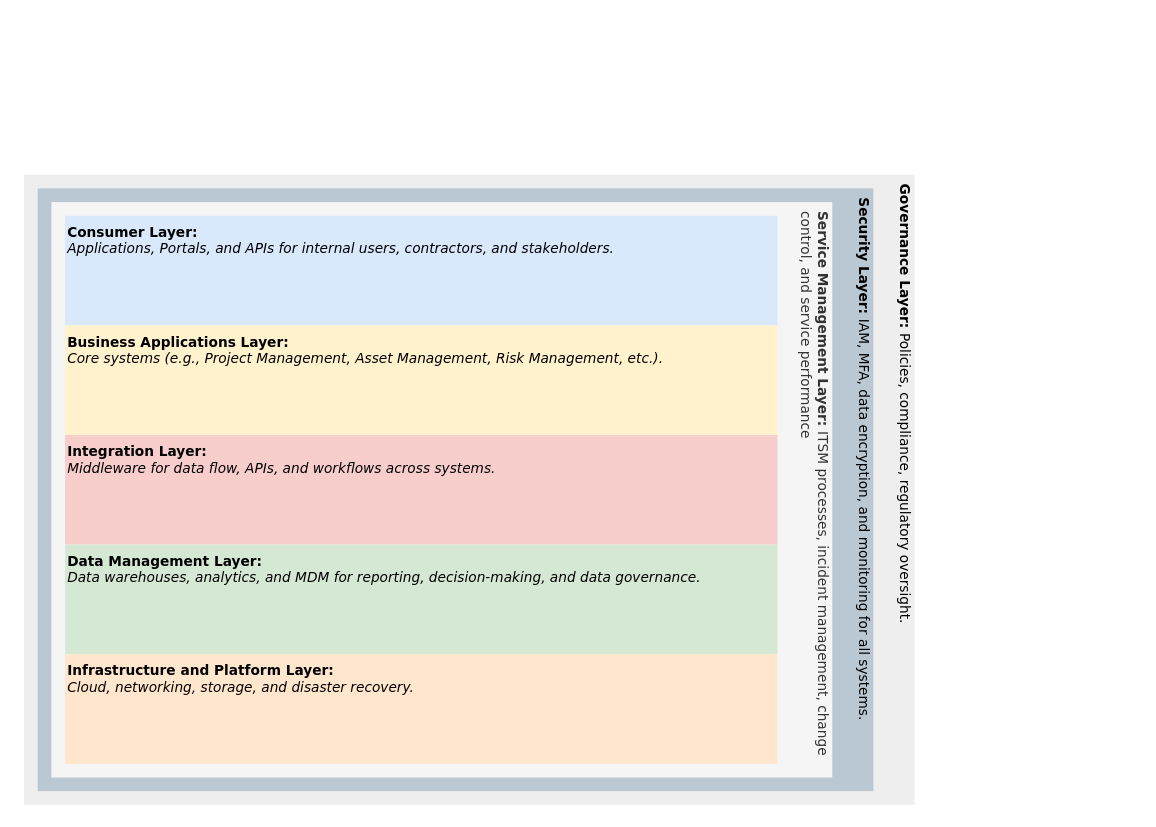
This is page "Reference Architecture" (1 of 16) of Orbus Designs.drawio from martinlt/reference, a draw.io file, before an edit. Source tidied: cells renumbered, new cells numbered last; positions are measured from the earlier drawing's top-left corner, leaving out a move shared by most shapes. Both pictures are drawn from the tidied source at 137%, with x=0, y=0 at pixel (23, 174).
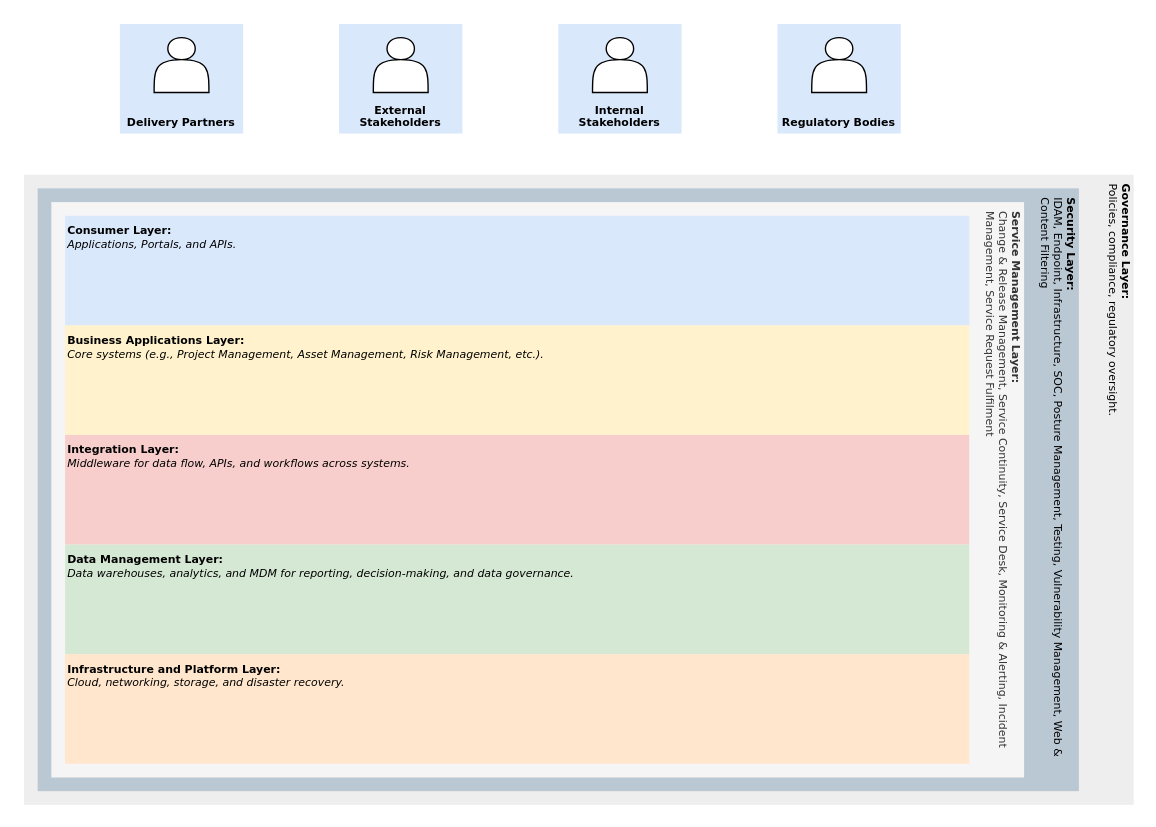
Above is the later version.

Diff of the diagram source:
```diff
@@
 <mxGraphModel>
   <root>
     <mxCell id="0" />
     <mxCell id="1" parent="0" />
-    <mxCell id="2" value="&lt;b&gt;Governance Layer:&amp;nbsp;&lt;/b&gt;Policies, compliance, regulatory oversight." style="rounded=0;whiteSpace=wrap;html=1;align=right;verticalAlign=top;textDirection=vertical-rl;fillColor=#eeeeee;strokeColor=none;fontFamily=Verdana;fontSize=10;" parent="1" vertex="1">
-      <mxGeometry width="650" height="460" as="geometry" />
+    <mxCell id="2" value="&lt;b&gt;Governance Layer:&amp;nbsp;&lt;/b&gt;&lt;div&gt;Policies, compliance, regulatory oversight.&lt;/div&gt;" style="rounded=0;whiteSpace=wrap;html=1;align=right;verticalAlign=top;textDirection=vertical-rl;fillColor=#eeeeee;strokeColor=none;fontFamily=Verdana;fontSize=8;" parent="1" vertex="1">
+      <mxGeometry width="810" height="460" as="geometry" />
     </mxCell>
-    <mxCell id="3" value="&lt;b&gt;Security Layer:&amp;nbsp;&lt;/b&gt;IAM, MFA, data encryption, and monitoring for all systems." style="rounded=0;whiteSpace=wrap;html=1;align=right;verticalAlign=top;textDirection=vertical-rl;fillColor=#bac8d3;strokeColor=none;fontFamily=Verdana;fontSize=10;" parent="1" vertex="1">
-      <mxGeometry x="10" y="10" width="610" height="440" as="geometry" />
+    <mxCell id="3" value="&lt;b&gt;Security Layer:&amp;nbsp;&lt;/b&gt;&lt;div&gt;IDAM, Endpoint, Infrastructure, SOC, Posture Management, Testing, Vulnerability Management, Web &amp;amp; Content Filtering&lt;/div&gt;" style="rounded=0;whiteSpace=wrap;html=1;align=right;verticalAlign=top;textDirection=vertical-rl;fillColor=#bac8d3;strokeColor=none;fontFamily=Verdana;fontSize=8;" parent="1" vertex="1">
+      <mxGeometry x="10" y="10" width="760" height="440" as="geometry" />
     </mxCell>
-    <mxCell id="4" value="&lt;b&gt;Service Management Layer: &lt;/b&gt;ITSM processes, incident management, change control, and service performance" style="rounded=0;whiteSpace=wrap;html=1;align=right;verticalAlign=top;textDirection=vertical-rl;fillColor=#f5f5f5;fontColor=#333333;strokeColor=none;fontFamily=Verdana;fontSize=10;" parent="1" vertex="1">
-      <mxGeometry x="20" y="20" width="570" height="420" as="geometry" />
+    <mxCell id="4" value="&lt;b&gt;Service Management Layer:&amp;nbsp;&lt;/b&gt;&lt;div&gt;Change &amp;amp; Release Management, Service Continuity, Service Desk, Monitoring &amp;amp; Alerting, Incident Management, Service Request Fulfilment&lt;/div&gt;" style="rounded=0;whiteSpace=wrap;html=1;align=right;verticalAlign=top;textDirection=vertical-rl;fillColor=#f5f5f5;fontColor=#333333;strokeColor=none;fontFamily=Verdana;fontSize=8;" parent="1" vertex="1">
+      <mxGeometry x="20" y="20" width="710" height="420" as="geometry" />
     </mxCell>
-    <mxCell id="5" value="&lt;b&gt;Consumer Layer:&lt;/b&gt;&lt;div&gt;&lt;i&gt;Applications, Portals, and APIs for internal users, contractors, and stakeholders.&lt;/i&gt;&lt;b&gt;&lt;/b&gt;&lt;/div&gt;" style="rounded=0;whiteSpace=wrap;html=1;align=left;verticalAlign=top;fillColor=#dae8fc;strokeColor=none;fontFamily=Verdana;fontSize=10;" parent="1" vertex="1">
-      <mxGeometry x="30" y="30" width="520" height="80" as="geometry" />
+    <mxCell id="5" value="&lt;b&gt;Consumer Layer:&lt;/b&gt;&lt;div&gt;&lt;i&gt;Applications, Portals, and APIs.&lt;/i&gt;&lt;b&gt;&lt;/b&gt;&lt;/div&gt;" style="rounded=0;whiteSpace=wrap;html=1;align=left;verticalAlign=top;fillColor=#dae8fc;strokeColor=none;fontFamily=Verdana;fontSize=8;" parent="1" vertex="1">
+      <mxGeometry x="30" y="30" width="660" height="80" as="geometry" />
     </mxCell>
-    <mxCell id="6" value="&lt;b&gt;Business Applications Layer:&lt;/b&gt;&lt;div&gt;&lt;i&gt;Core systems (e.g., Project Management, Asset Management, Risk Management, etc.).&lt;/i&gt;&lt;b&gt;&lt;/b&gt;&lt;/div&gt;" style="rounded=0;whiteSpace=wrap;html=1;align=left;verticalAlign=top;fillColor=#fff2cc;strokeColor=none;fontFamily=Verdana;fontSize=10;" parent="1" vertex="1">
-      <mxGeometry x="30" y="110" width="520" height="80" as="geometry" />
+    <mxCell id="6" value="&lt;b&gt;Business Applications Layer:&lt;/b&gt;&lt;div&gt;&lt;i&gt;Core systems (e.g., Project Management, Asset Management, Risk Management, etc.).&lt;/i&gt;&lt;b&gt;&lt;/b&gt;&lt;/div&gt;" style="rounded=0;whiteSpace=wrap;html=1;align=left;verticalAlign=top;fillColor=#fff2cc;strokeColor=none;fontFamily=Verdana;fontSize=8;" parent="1" vertex="1">
+      <mxGeometry x="30" y="110" width="660" height="80" as="geometry" />
     </mxCell>
-    <mxCell id="7" value="&lt;b&gt;Integration Layer:&lt;/b&gt;&lt;div&gt;&lt;i&gt;Middleware for data flow, APIs, and workflows across systems.&lt;/i&gt;&lt;b&gt;&lt;/b&gt;&lt;/div&gt;" style="rounded=0;whiteSpace=wrap;html=1;align=left;verticalAlign=top;fillColor=#f8cecc;strokeColor=none;fontFamily=Verdana;fontSize=10;" parent="1" vertex="1">
-      <mxGeometry x="30" y="190" width="520" height="80" as="geometry" />
+    <mxCell id="7" value="&lt;b&gt;Integration Layer:&lt;/b&gt;&lt;div&gt;&lt;i&gt;Middleware for data flow, APIs, and workflows across systems.&lt;/i&gt;&lt;b&gt;&lt;/b&gt;&lt;/div&gt;" style="rounded=0;whiteSpace=wrap;html=1;align=left;verticalAlign=top;fillColor=#f8cecc;strokeColor=none;fontFamily=Verdana;fontSize=8;" parent="1" vertex="1">
+      <mxGeometry x="30" y="190" width="660" height="80" as="geometry" />
     </mxCell>
-    <mxCell id="8" value="&lt;b&gt;Data Management Layer:&lt;/b&gt;&lt;div&gt;&lt;i&gt;Data warehouses, analytics, and MDM for reporting, decision-making, and data governance.&lt;/i&gt;&lt;b&gt;&lt;/b&gt;&lt;/div&gt;" style="rounded=0;whiteSpace=wrap;html=1;align=left;verticalAlign=top;fillColor=#d5e8d4;strokeColor=none;fontFamily=Verdana;fontSize=10;" parent="1" vertex="1">
-      <mxGeometry x="30" y="270" width="520" height="80" as="geometry" />
+    <mxCell id="8" value="&lt;b&gt;Data Management Layer:&lt;/b&gt;&lt;div&gt;&lt;i&gt;Data warehouses, analytics, and MDM for reporting, decision-making, and data governance.&lt;/i&gt;&lt;b&gt;&lt;/b&gt;&lt;/div&gt;" style="rounded=0;whiteSpace=wrap;html=1;align=left;verticalAlign=top;fillColor=#d5e8d4;strokeColor=none;fontFamily=Verdana;fontSize=8;" parent="1" vertex="1">
+      <mxGeometry x="30" y="270" width="660" height="80" as="geometry" />
     </mxCell>
-    <mxCell id="9" value="&lt;b&gt;Infrastructure and Platform Layer:&lt;/b&gt;&lt;div&gt;&lt;i&gt;Cloud, networking, storage, and disaster recovery.&lt;/i&gt;&lt;b&gt;&lt;/b&gt;&lt;/div&gt;" style="rounded=0;whiteSpace=wrap;html=1;align=left;verticalAlign=top;fillColor=#ffe6cc;strokeColor=none;fontFamily=Verdana;fontSize=10;" parent="1" vertex="1">
-      <mxGeometry x="30" y="350" width="520" height="80" as="geometry" />
+    <mxCell id="9" value="&lt;b&gt;Infrastructure and Platform Layer:&lt;/b&gt;&lt;div&gt;&lt;i&gt;Cloud, networking, storage, and disaster recovery.&lt;/i&gt;&lt;b&gt;&lt;/b&gt;&lt;/div&gt;" style="rounded=0;whiteSpace=wrap;html=1;align=left;verticalAlign=top;fillColor=#ffe6cc;strokeColor=none;fontFamily=Verdana;fontSize=8;" parent="1" vertex="1">
+      <mxGeometry x="30" y="350" width="660" height="80" as="geometry" />
     </mxCell>
+    <mxCell id="10" value="&lt;b&gt;Delivery Partners&lt;/b&gt;" style="rounded=0;whiteSpace=wrap;html=1;align=center;verticalAlign=bottom;fillColor=#dae8fc;strokeColor=none;fontFamily=Verdana;fontSize=8;fontStyle=0;" parent="1" vertex="1">
+      <mxGeometry x="70" y="-110" width="90" height="80" as="geometry" />
+    </mxCell>
+    <mxCell id="11" style="shape=actor;whiteSpace=wrap;html=1;fontSize=9;fontStyle=0;" parent="1" vertex="1">
+      <mxGeometry x="95" y="-100" width="40" height="40" as="geometry" />
+    </mxCell>
+    <mxCell id="12" value="&lt;b&gt;External Stakeholders&lt;/b&gt;" style="rounded=0;whiteSpace=wrap;html=1;align=center;verticalAlign=bottom;fillColor=#dae8fc;strokeColor=none;fontFamily=Verdana;fontSize=8;fontStyle=0;" parent="1" vertex="1">
+      <mxGeometry x="230" y="-110" width="90" height="80" as="geometry" />
+    </mxCell>
+    <mxCell id="13" style="shape=actor;whiteSpace=wrap;html=1;fontSize=9;fontStyle=0;" parent="1" vertex="1">
+      <mxGeometry x="255" y="-100" width="40" height="40" as="geometry" />
+    </mxCell>
+    <mxCell id="14" value="&lt;b&gt;Internal Stakeholders&lt;/b&gt;" style="rounded=0;whiteSpace=wrap;html=1;align=center;verticalAlign=bottom;fillColor=#dae8fc;strokeColor=none;fontFamily=Verdana;fontSize=8;fontStyle=0;" parent="1" vertex="1">
+      <mxGeometry x="390" y="-110" width="90" height="80" as="geometry" />
+    </mxCell>
+    <mxCell id="15" style="shape=actor;whiteSpace=wrap;html=1;fontSize=9;fontStyle=0;" parent="1" vertex="1">
+      <mxGeometry x="415" y="-100" width="40" height="40" as="geometry" />
+    </mxCell>
+    <mxCell id="16" value="&lt;b&gt;Regulatory Bodies&lt;/b&gt;" style="rounded=0;whiteSpace=wrap;html=1;align=center;verticalAlign=bottom;fillColor=#dae8fc;strokeColor=none;fontFamily=Verdana;fontSize=8;fontStyle=0;" parent="1" vertex="1">
+      <mxGeometry x="550" y="-110" width="90" height="80" as="geometry" />
+    </mxCell>
+    <mxCell id="17" style="shape=actor;whiteSpace=wrap;html=1;fontSize=9;fontStyle=0;" parent="1" vertex="1">
+      <mxGeometry x="575" y="-100" width="40" height="40" as="geometry" />
+    </mxCell>
   </root>
 </mxGraphModel>
```
